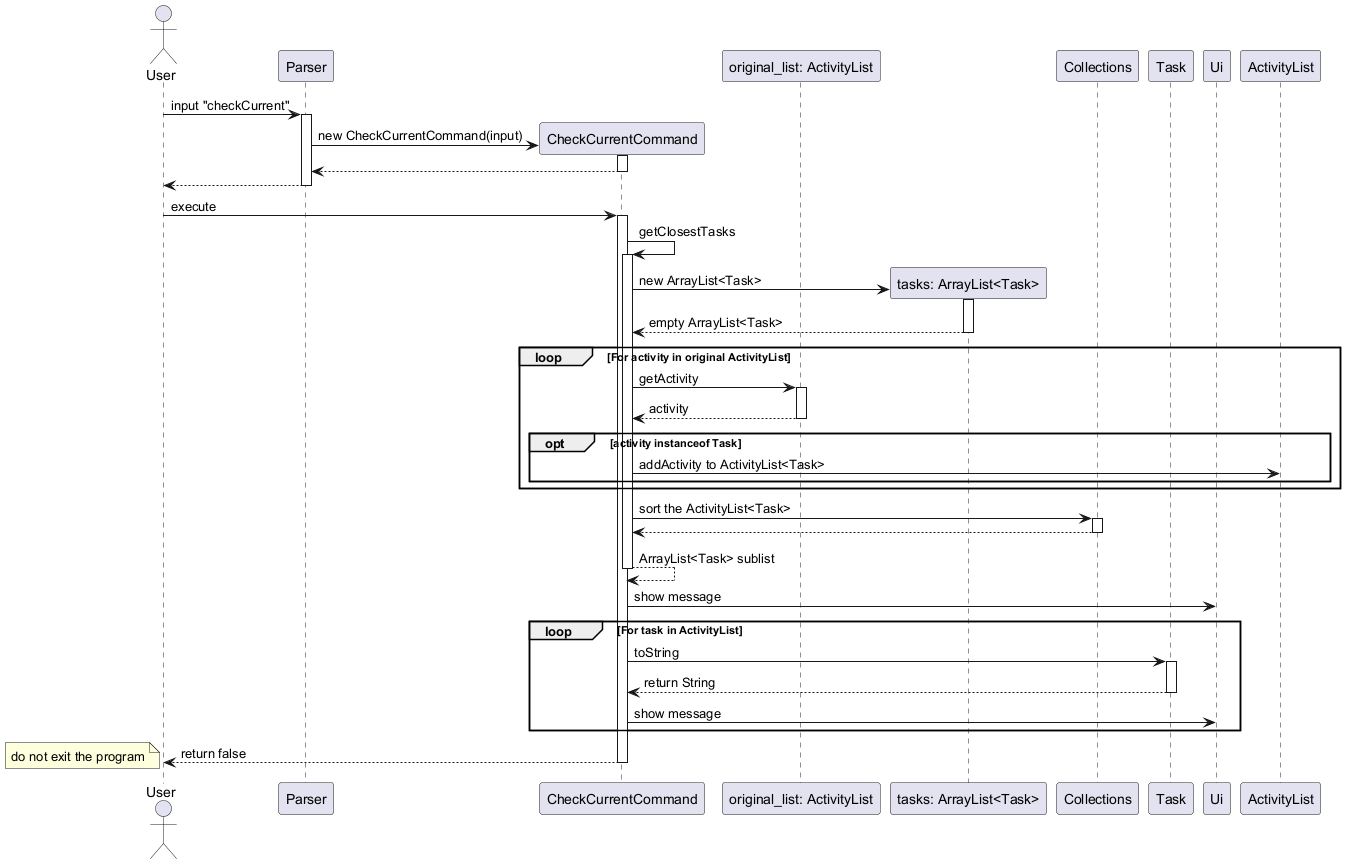
The PlantUML diagram docs/images/checkCurrent_sequence.png in Kennahh/tp, before a commit. Its source is kept beside it as docs/diagrams/checkCurrent_sequence.puml.
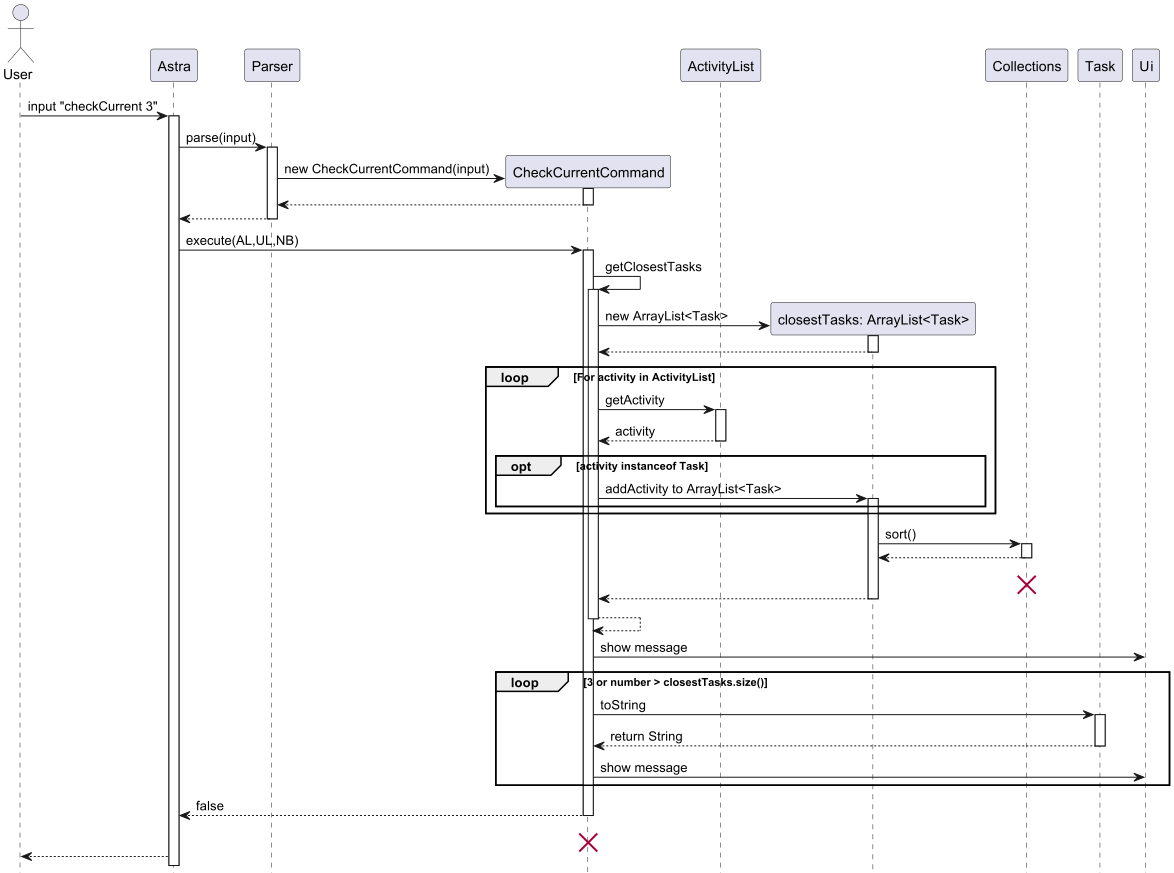
Later version of the same file.

Commit message:
Update checkCurrent sequence diagram

Diff of the diagram source:
```diff
@@ -1,50 +1,60 @@
 @startuml
+hide footbox
 Actor User
+participant Astra
 participant Parser
 participant CheckCurrentCommand
-participant "original_list: ActivityList" as original_list
-participant "tasks: ArrayList<Task>" as tasks
+participant ActivityList
+participant "closestTasks: ArrayList<Task>" as tasks
 participant Collections
 participant Task
 participant Ui
 
-User -> Parser: input "checkCurrent"
+User -> Astra: input "checkCurrent 3"
+activate Astra
+Astra-> Parser : parse(input)
 activate Parser
 create CheckCurrentCommand
 Parser -> CheckCurrentCommand: new CheckCurrentCommand(input)
 activate CheckCurrentCommand
 CheckCurrentCommand --> Parser
 deactivate CheckCurrentCommand
-Parser --> User
+Parser --> Astra
 deactivate Parser
 
-User -> CheckCurrentCommand: execute
+Astra -> CheckCurrentCommand: execute(AL,UL,NB)
 activate CheckCurrentCommand
 CheckCurrentCommand -> CheckCurrentCommand: getClosestTasks
 activate CheckCurrentCommand
 create tasks
 CheckCurrentCommand -> tasks: new ArrayList<Task>
 activate tasks
-tasks --> CheckCurrentCommand: empty ArrayList<Task>
+tasks --> CheckCurrentCommand:
 deactivate tasks
-loop For activity in original ActivityList
-    CheckCurrentCommand -> original_list: getActivity
-    activate original_list
-    original_list --> CheckCurrentCommand: activity
-    deactivate original_list
+loop For activity in ActivityList
+    CheckCurrentCommand -> ActivityList: getActivity
+    activate ActivityList
+    ActivityList --> CheckCurrentCommand: activity
+    deactivate ActivityList
+
     opt activity instanceof Task
-        CheckCurrentCommand -> ActivityList: addActivity to ActivityList<Task>
+        CheckCurrentCommand -> tasks : addActivity to ArrayList<Task>
+        activate tasks
     end
 end
-CheckCurrentCommand -> Collections: sort the ActivityList<Task>
+tasks -> Collections: sort()
 activate Collections
-Collections --> CheckCurrentCommand
+Collections --> tasks
 deactivate Collections
-CheckCurrentCommand --> CheckCurrentCommand: ArrayList<Task> sublist
+Collections -[hidden]-> Collections
+destroy Collections
+tasks -->CheckCurrentCommand
+deactivate tasks
+CheckCurrentCommand --> CheckCurrentCommand
 deactivate CheckCurrentCommand
 
 CheckCurrentCommand -> Ui: show message
-loop For task in ActivityList
+loop 3 or number > closestTasks.size()
     CheckCurrentCommand -> Task: toString
     activate Task
     Task --> CheckCurrentCommand: return String
@@ -52,8 +62,11 @@
     CheckCurrentCommand -> Ui: show message
 end
 
-CheckCurrentCommand --> User: return false
-note left: do not exit the program
+CheckCurrentCommand --> Astra:false
 deactivate CheckCurrentCommand
+CheckCurrentCommand -[hidden]-> CheckCurrentCommand
+destroy CheckCurrentCommand
+
+Astra--> User
 
 @enduml
```
